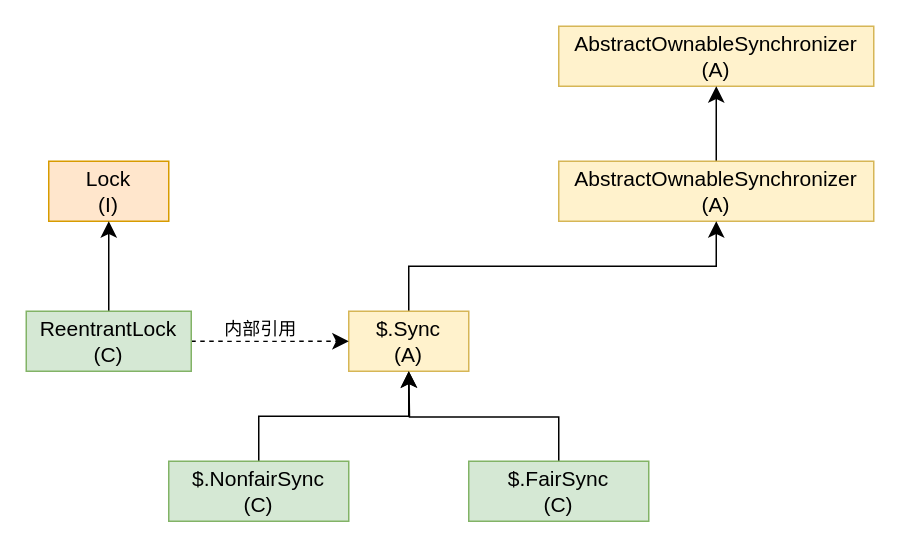
Above: reentrantlock继承体系.drawio in watermoonlx/drawio (draw.io), before the change. Source tidied: cells renumbered, new cells numbered last; positions are measured from the earlier drawing's top-left corner, leaving out a move shared by most shapes. Both pictures are drawn from the tidied source at 150%, with x=0, y=0 at pixel (26, 26).
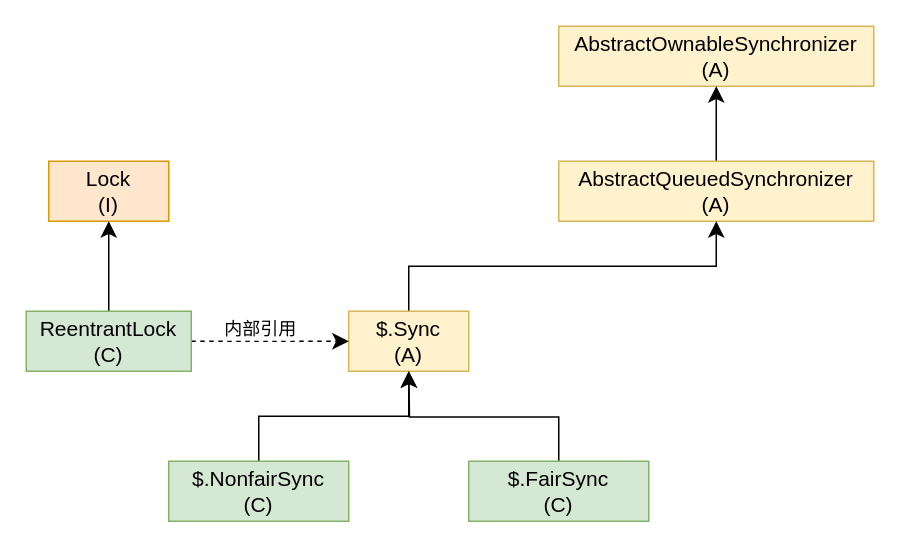
The same diagram, later.

The edit, as a diff of the source:
```diff
@@
 <mxGraphModel>
   <root>
     <mxCell id="0" />
     <mxCell id="1" parent="0" />
     <mxCell id="2" value="AbstractOwnableSynchronizer&lt;br&gt;(A)" style="rounded=0;whiteSpace=wrap;html=1;hachureGap=4;fontSize=14;fillColor=#fff2cc;strokeColor=#d6b656;" parent="1" vertex="1">
       <mxGeometry x="355" width="210" height="40" as="geometry" />
     </mxCell>
     <mxCell id="3" style="edgeStyle=none;curved=1;rounded=0;jettySize=auto;html=1;exitX=0.5;exitY=0;exitDx=0;exitDy=0;entryX=0.5;entryY=1;entryDx=0;entryDy=0;fontSize=14;endArrow=classic;startSize=8;endSize=8;sourcePerimeterSpacing=8;targetPerimeterSpacing=8;endFill=1;" parent="1" edge="1" source="4" target="2">
       <mxGeometry relative="1" as="geometry" />
     </mxCell>
-    <mxCell id="4" value="AbstractOwnableSynchronizer&lt;br&gt;(A)" style="rounded=0;whiteSpace=wrap;html=1;hachureGap=4;fontSize=14;fillColor=#fff2cc;strokeColor=#d6b656;" parent="1" vertex="1">
+    <mxCell id="4" value="AbstractQueuedSynchronizer&lt;br&gt;(A)" style="rounded=0;whiteSpace=wrap;html=1;hachureGap=4;fontSize=14;fillColor=#fff2cc;strokeColor=#d6b656;" parent="1" vertex="1">
       <mxGeometry x="355" y="90" width="210" height="40" as="geometry" />
     </mxCell>
     <mxCell id="5" style="edgeStyle=orthogonalEdgeStyle;rounded=0;jettySize=auto;html=1;exitX=0.5;exitY=0;exitDx=0;exitDy=0;entryX=0.5;entryY=1;entryDx=0;entryDy=0;fontSize=14;endArrow=classic;endFill=1;startSize=8;endSize=8;sourcePerimeterSpacing=8;targetPerimeterSpacing=8;" parent="1" edge="1" source="6" target="4">
       <mxGeometry relative="1" as="geometry" />
     </mxCell>
     <mxCell id="6" value="$.Sync&lt;br&gt;(A)" style="rounded=0;whiteSpace=wrap;html=1;hachureGap=4;fontSize=14;fillColor=#fff2cc;strokeColor=#d6b656;" parent="1" vertex="1">
       <mxGeometry x="215" y="190" width="80" height="40" as="geometry" />
     </mxCell>
     <mxCell id="7" style="edgeStyle=orthogonalEdgeStyle;rounded=0;jettySize=auto;html=1;exitX=0.5;exitY=0;exitDx=0;exitDy=0;entryX=0.5;entryY=1;entryDx=0;entryDy=0;fontSize=14;endArrow=classic;endFill=1;startSize=8;endSize=8;sourcePerimeterSpacing=8;targetPerimeterSpacing=8;" parent="1" edge="1" source="8" target="6">
       <mxGeometry relative="1" as="geometry" />
     </mxCell>
     <mxCell id="8" value="$.NonfairSync&lt;br&gt;(C)" style="rounded=0;whiteSpace=wrap;html=1;hachureGap=4;fontSize=14;fillColor=#d5e8d4;strokeColor=#82b366;" parent="1" vertex="1">
       <mxGeometry x="95" y="290" width="120" height="40" as="geometry" />
     </mxCell>
     <mxCell id="9" style="edgeStyle=orthogonalEdgeStyle;rounded=0;jettySize=auto;html=1;exitX=0.5;exitY=0;exitDx=0;exitDy=0;fontSize=14;endArrow=classic;endFill=1;startSize=8;endSize=8;sourcePerimeterSpacing=8;targetPerimeterSpacing=8;" parent="1" edge="1" source="10">
       <mxGeometry relative="1" as="geometry">
         <mxPoint x="255" y="230" as="targetPoint" />
       </mxGeometry>
     </mxCell>
     <mxCell id="10" value="$.FairSync&lt;br&gt;(C)" style="rounded=0;whiteSpace=wrap;html=1;hachureGap=4;fontSize=14;fillColor=#d5e8d4;strokeColor=#82b366;" parent="1" vertex="1">
       <mxGeometry x="295" y="290" width="120" height="40" as="geometry" />
     </mxCell>
     <mxCell id="11" value="Lock&lt;br&gt;(I)" style="rounded=0;whiteSpace=wrap;html=1;hachureGap=4;fontSize=14;fillColor=#ffe6cc;strokeColor=#d79b00;" parent="1" vertex="1">
       <mxGeometry x="15" y="90" width="80" height="40" as="geometry" />
     </mxCell>
     <mxCell id="12" style="edgeStyle=orthogonalEdgeStyle;rounded=0;jettySize=auto;html=1;exitX=0.5;exitY=0;exitDx=0;exitDy=0;entryX=0.5;entryY=1;entryDx=0;entryDy=0;fontSize=14;endArrow=classic;endFill=1;startSize=8;endSize=8;sourcePerimeterSpacing=8;targetPerimeterSpacing=8;" parent="1" edge="1" source="15" target="11">
       <mxGeometry relative="1" as="geometry" />
     </mxCell>
     <mxCell id="13" style="edgeStyle=orthogonalEdgeStyle;rounded=0;jettySize=auto;html=1;exitX=1;exitY=0.5;exitDx=0;exitDy=0;entryX=0;entryY=0.5;entryDx=0;entryDy=0;fontSize=14;endArrow=classic;endFill=1;startSize=8;endSize=8;sourcePerimeterSpacing=8;targetPerimeterSpacing=8;dashed=1;" parent="1" edge="1" source="15" target="6">
       <mxGeometry relative="1" as="geometry" />
     </mxCell>
     <mxCell id="14" value="&lt;font style=&quot;font-size: 12px&quot;&gt;内部引用&lt;/font&gt;" style="edgeLabel;html=1;align=center;verticalAlign=middle;fontSize=14;" parent="13" vertex="1">
       <mxGeometry x="-0.31" y="-1" relative="1" as="geometry">
         <mxPoint x="9" y="-11" as="offset" />
       </mxGeometry>
     </mxCell>
     <mxCell id="15" value="ReentrantLock&lt;br&gt;(C)" style="rounded=0;whiteSpace=wrap;html=1;hachureGap=4;fontSize=14;fillColor=#d5e8d4;strokeColor=#82b366;" parent="1" vertex="1">
       <mxGeometry y="190" width="110" height="40" as="geometry" />
     </mxCell>
   </root>
 </mxGraphModel>
```
